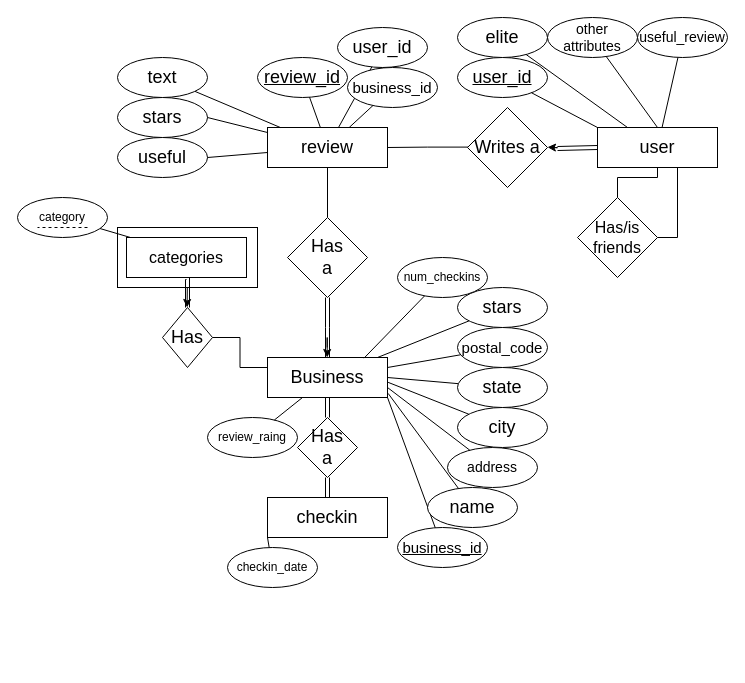
Above: milestone2ER.drawio in IgorBCode/cv (draw.io), before the change. Source tidied: cells renumbered, new cells numbered last; positions are measured from the earlier drawing's top-left corner, leaving out a move shared by most shapes. Both pictures are drawn from the tidied source at 100%, with x=0, y=0 at pixel (17, 17).
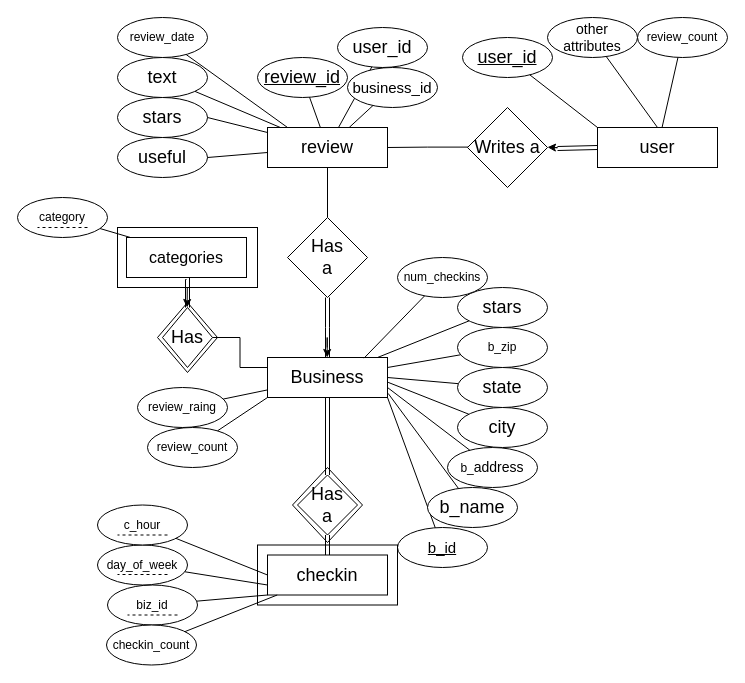
The same page after the edit.

The change refers to these unchanged cells:
```xml
<mxCell id="2" value="&lt;font style=&quot;font-size: 18px;&quot;&gt;user&lt;/font&gt;" style="rounded=0;whiteSpace=wrap;html=1;" parent="1" vertex="1">
  <mxGeometry x="580" y="110" width="120" height="40" as="geometry" />
</mxCell>
<mxCell id="15" value="&lt;font style=&quot;font-size: 18px;&quot;&gt;review&lt;/font&gt;" style="rounded=0;whiteSpace=wrap;html=1;" parent="1" vertex="1">
  <mxGeometry x="250" y="110" width="120" height="40" as="geometry" />
</mxCell>
```

Change to the diagram source:
```diff
@@
     <mxCell id="3" value="&lt;u&gt;&lt;font style=&quot;font-size: 18px;&quot;&gt;user_id&lt;/font&gt;&lt;/u&gt;" style="ellipse;whiteSpace=wrap;html=1;" parent="1" vertex="1">
-      <mxGeometry x="440" y="40" width="90" height="40" as="geometry" />
+      <mxGeometry x="445" y="20" width="90" height="40" as="geometry" />
     </mxCell>
@@
-    <mxCell id="5" value="&lt;font style=&quot;font-size: 18px;&quot;&gt;elite&lt;/font&gt;" style="ellipse;whiteSpace=wrap;html=1;" parent="1" vertex="1">
-      <mxGeometry x="440" width="90" height="40" as="geometry" />
-    </mxCell>
-    <mxCell id="6" style="endArrow=none;html=1;rounded=0;exitX=0.25;exitY=0;exitDx=0;exitDy=0;" parent="1" edge="1" source="2" target="5">
-      <mxGeometry relative="1" as="geometry" />
-    </mxCell>
@@
-    <mxCell id="9" style="edgeStyle=orthogonalEdgeStyle;rounded=0;jettySize=auto;html=1;endArrow=none;endFill=0;" parent="1" edge="1" source="10" target="2">
-      <mxGeometry relative="1" as="geometry">
-        <Array as="points">
-          <mxPoint x="660" y="220" />
-        </Array>
-      </mxGeometry>
-    </mxCell>
-    <mxCell id="10" value="&lt;font style=&quot;font-size: 16px;&quot;&gt;Has/is friends&lt;/font&gt;" style="rhombus;whiteSpace=wrap;html=1;" parent="1" vertex="1">
-      <mxGeometry x="560" y="180" width="80" height="80" as="geometry" />
-    </mxCell>
-    <mxCell id="11" value="&lt;font style=&quot;font-size: 14px;&quot;&gt;useful_review&lt;br&gt;&lt;/font&gt;" style="ellipse;whiteSpace=wrap;html=1;" parent="1" vertex="1">
+    <mxCell id="11" value="review_count" style="ellipse;whiteSpace=wrap;html=1;" parent="1" vertex="1">
       <mxGeometry x="620" width="90" height="40" as="geometry" />
     </mxCell>
@@
-    <mxCell id="13" style="edgeStyle=orthogonalEdgeStyle;rounded=0;jettySize=auto;html=1;exitX=0.5;exitY=0;exitDx=0;exitDy=0;endArrow=none;endFill=0;" parent="1" edge="1" source="10" target="2">
-      <mxGeometry relative="1" as="geometry" />
-    </mxCell>
@@
-    <mxCell id="34" value="&lt;font size=&quot;1&quot;&gt;&lt;u style=&quot;font-size: 15px;&quot;&gt;business_id&lt;/u&gt;&lt;/font&gt;" style="ellipse;whiteSpace=wrap;html=1;" parent="1" vertex="1">
+    <mxCell id="34" value="&lt;font size=&quot;1&quot;&gt;&lt;u style=&quot;font-size: 15px;&quot;&gt;b_id&lt;/u&gt;&lt;/font&gt;" style="ellipse;whiteSpace=wrap;html=1;" parent="1" vertex="1">
       <mxGeometry x="380" y="510" width="90" height="40" as="geometry" />
     </mxCell>
@@
-    <mxCell id="36" value="&lt;font style=&quot;font-size: 18px;&quot;&gt;name&lt;/font&gt;" style="ellipse;whiteSpace=wrap;html=1;" parent="1" vertex="1">
+    <mxCell id="36" value="&lt;font style=&quot;font-size: 18px;&quot;&gt;b_name&lt;/font&gt;" style="ellipse;whiteSpace=wrap;html=1;" parent="1" vertex="1">
       <mxGeometry x="410" y="470" width="90" height="40" as="geometry" />
     </mxCell>
@@
-    <mxCell id="38" value="&lt;font style=&quot;font-size: 14px;&quot;&gt;address&lt;br&gt;&lt;/font&gt;" style="ellipse;whiteSpace=wrap;html=1;" parent="1" vertex="1">
+    <mxCell id="38" value="b_&lt;font style=&quot;font-size: 14px;&quot;&gt;address&lt;br&gt;&lt;/font&gt;" style="ellipse;whiteSpace=wrap;html=1;" parent="1" vertex="1">
       <mxGeometry x="430" y="430" width="90" height="40" as="geometry" />
     </mxCell>
@@
     <mxCell id="43" value="&lt;font style=&quot;font-size: 18px;&quot;&gt;checkin&lt;/font&gt;" style="rounded=0;whiteSpace=wrap;html=1;" parent="1" vertex="1">
-      <mxGeometry x="250" y="480" width="120" height="40" as="geometry" />
+      <mxGeometry x="250" y="537.5" width="120" height="40" as="geometry" />
     </mxCell>
     <mxCell id="44" value="&lt;div&gt;&lt;font style=&quot;font-size: 18px;&quot;&gt;Has&lt;/font&gt;&lt;/div&gt;&lt;div&gt;&lt;font style=&quot;font-size: 18px;&quot;&gt;a&lt;br&gt;&lt;/font&gt;&lt;/div&gt;" style="rhombus;whiteSpace=wrap;html=1;" parent="1" vertex="1">
-      <mxGeometry x="280" y="400" width="60" height="60" as="geometry" />
+      <mxGeometry x="280" y="457.5" width="60" height="60" as="geometry" />
     </mxCell>
@@
-    <mxCell id="47" value="checkin_date" style="ellipse;whiteSpace=wrap;html=1;" parent="1" vertex="1">
-      <mxGeometry x="210" y="530" width="90" height="40" as="geometry" />
+    <mxCell id="47" value="biz_id" style="ellipse;whiteSpace=wrap;html=1;" parent="1" vertex="1">
+      <mxGeometry x="90" y="567.5" width="90" height="40" as="geometry" />
     </mxCell>
@@
-    <mxCell id="52" value="&lt;font style=&quot;font-size: 15px;&quot;&gt;postal_code&lt;/font&gt;" style="ellipse;whiteSpace=wrap;html=1;" parent="1" vertex="1">
+    <mxCell id="52" value="b_zip" style="ellipse;whiteSpace=wrap;html=1;" parent="1" vertex="1">
       <mxGeometry x="440" y="310" width="90" height="40" as="geometry" />
     </mxCell>
@@
     <mxCell id="58" value="review_raing" style="ellipse;whiteSpace=wrap;html=1;" parent="1" vertex="1">
-      <mxGeometry x="190" y="400" width="90" height="40" as="geometry" />
+      <mxGeometry x="120" y="370" width="90" height="40" as="geometry" />
     </mxCell>
@@
+    <mxCell id="69" value="day_of_week" style="ellipse;whiteSpace=wrap;html=1;" parent="1" vertex="1">
+      <mxGeometry x="80" y="527.5" width="90" height="40" as="geometry" />
+    </mxCell>
+    <mxCell id="70" style="endArrow=none;html=1;rounded=0;entryX=0;entryY=0.75;entryDx=0;entryDy=0;" parent="1" edge="1" source="69" target="43">
+      <mxGeometry relative="1" as="geometry" />
+    </mxCell>
+    <mxCell id="71" value="c_hour" style="ellipse;whiteSpace=wrap;html=1;" parent="1" vertex="1">
+      <mxGeometry x="80" y="487.5" width="90" height="40" as="geometry" />
+    </mxCell>
+    <mxCell id="72" style="endArrow=none;html=1;rounded=0;entryX=0;entryY=0.5;entryDx=0;entryDy=0;" parent="1" edge="1" source="71" target="43">
+      <mxGeometry relative="1" as="geometry" />
+    </mxCell>
+    <mxCell id="73" value="checkin_count" style="ellipse;whiteSpace=wrap;html=1;" parent="1" vertex="1">
+      <mxGeometry x="89" y="607.5" width="90" height="40" as="geometry" />
+    </mxCell>
+    <mxCell id="74" style="endArrow=none;html=1;rounded=0;" parent="1" edge="1" source="73" target="43">
+      <mxGeometry relative="1" as="geometry" />
+    </mxCell>
+    <mxCell id="75" style="endArrow=none;dashed=1;html=1;rounded=0;" parent="1" edge="1">
+      <mxGeometry relative="1" as="geometry">
+        <mxPoint x="150" y="517.5" as="sourcePoint" />
+        <mxPoint x="100" y="517.5" as="targetPoint" />
+      </mxGeometry>
+    </mxCell>
+    <mxCell id="76" style="endArrow=none;dashed=1;html=1;rounded=0;" parent="1" edge="1">
+      <mxGeometry relative="1" as="geometry">
+        <mxPoint x="150" y="557" as="sourcePoint" />
+        <mxPoint x="100" y="557" as="targetPoint" />
+      </mxGeometry>
+    </mxCell>
+    <mxCell id="77" style="endArrow=none;dashed=1;html=1;rounded=0;" parent="1" edge="1">
+      <mxGeometry relative="1" as="geometry">
+        <mxPoint x="160" y="597.5" as="sourcePoint" />
+        <mxPoint x="110" y="597.5" as="targetPoint" />
+      </mxGeometry>
+    </mxCell>
+    <mxCell id="78" style="rhombus;whiteSpace=wrap;html=1;fillColor=none;" parent="1" vertex="1">
+      <mxGeometry x="140" y="285" width="60" height="70" as="geometry" />
+    </mxCell>
+    <mxCell id="79" style="rhombus;whiteSpace=wrap;html=1;fillColor=none;" parent="1" vertex="1">
+      <mxGeometry x="275" y="450" width="70" height="75" as="geometry" />
+    </mxCell>
+    <mxCell id="80" style="rounded=0;whiteSpace=wrap;html=1;fillColor=none;" parent="1" vertex="1">
+      <mxGeometry x="240" y="527.5" width="140" height="60" as="geometry" />
+    </mxCell>
+    <mxCell id="81" value="review_count" style="ellipse;whiteSpace=wrap;html=1;" parent="1" vertex="1">
+      <mxGeometry x="130" y="410" width="90" height="40" as="geometry" />
+    </mxCell>
+    <mxCell id="82" style="endArrow=none;html=1;rounded=0;" parent="1" edge="1" target="81">
+      <mxGeometry relative="1" as="geometry">
+        <mxPoint x="250" y="380" as="sourcePoint" />
+      </mxGeometry>
+    </mxCell>
+    <mxCell id="83" value="review_date" style="ellipse;whiteSpace=wrap;html=1;" parent="1" vertex="1">
+      <mxGeometry x="100" width="90" height="40" as="geometry" />
+    </mxCell>
+    <mxCell id="84" style="endArrow=none;html=1;rounded=0;entryX=0.167;entryY=0;entryDx=0;entryDy=0;entryPerimeter=0;" parent="1" edge="1" source="83" target="15">
+      <mxGeometry relative="1" as="geometry" />
+    </mxCell>
```
